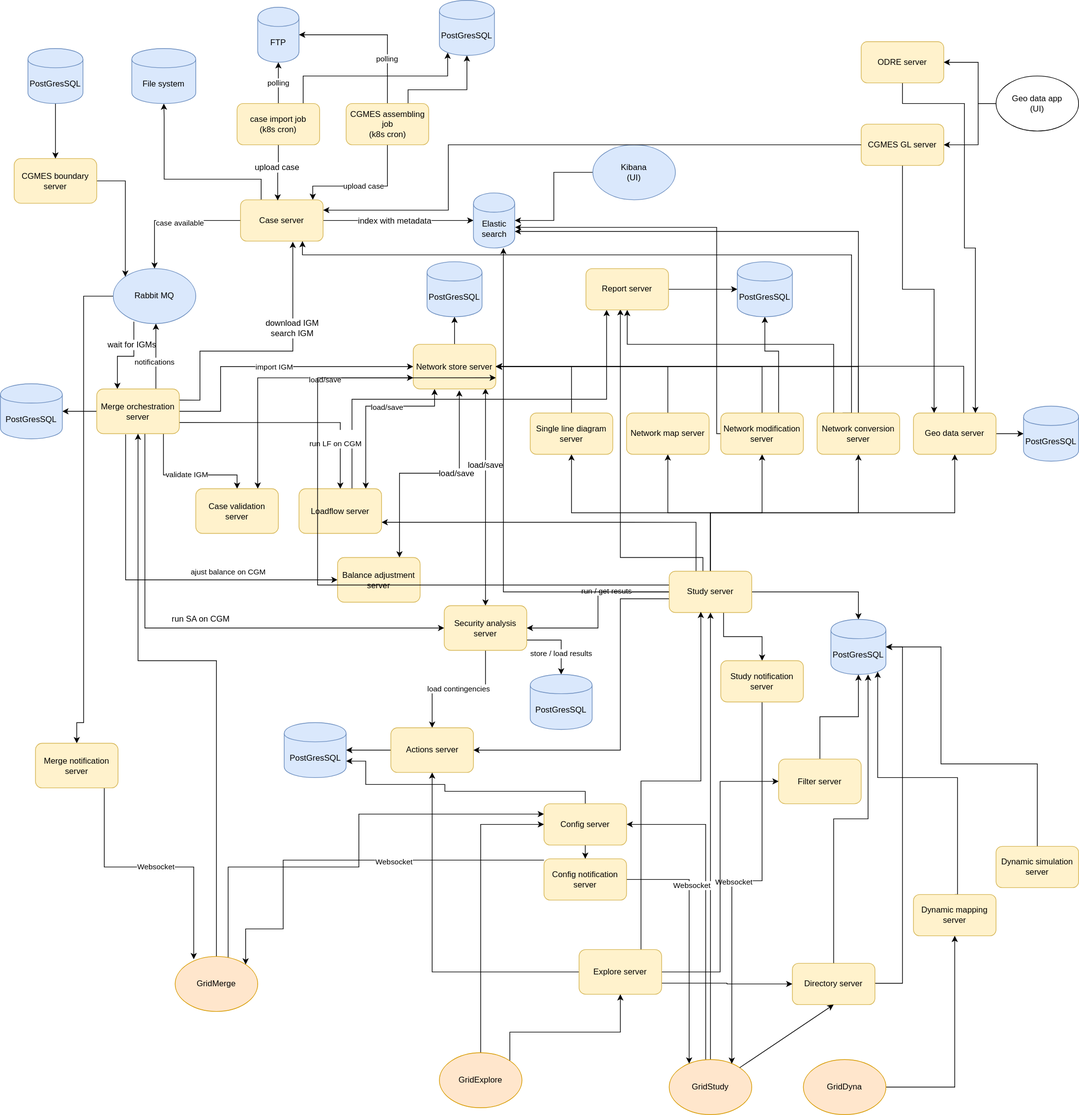
gridsuite/documentation keeps this draw.io diagram as diagrams/gridsuite_architecture.svg. Above is the earlier version. Source tidied: cells renumbered, new cells last; positions are measured from the earlier drawing's top-left corner, leaving out a move shared by most shapes.
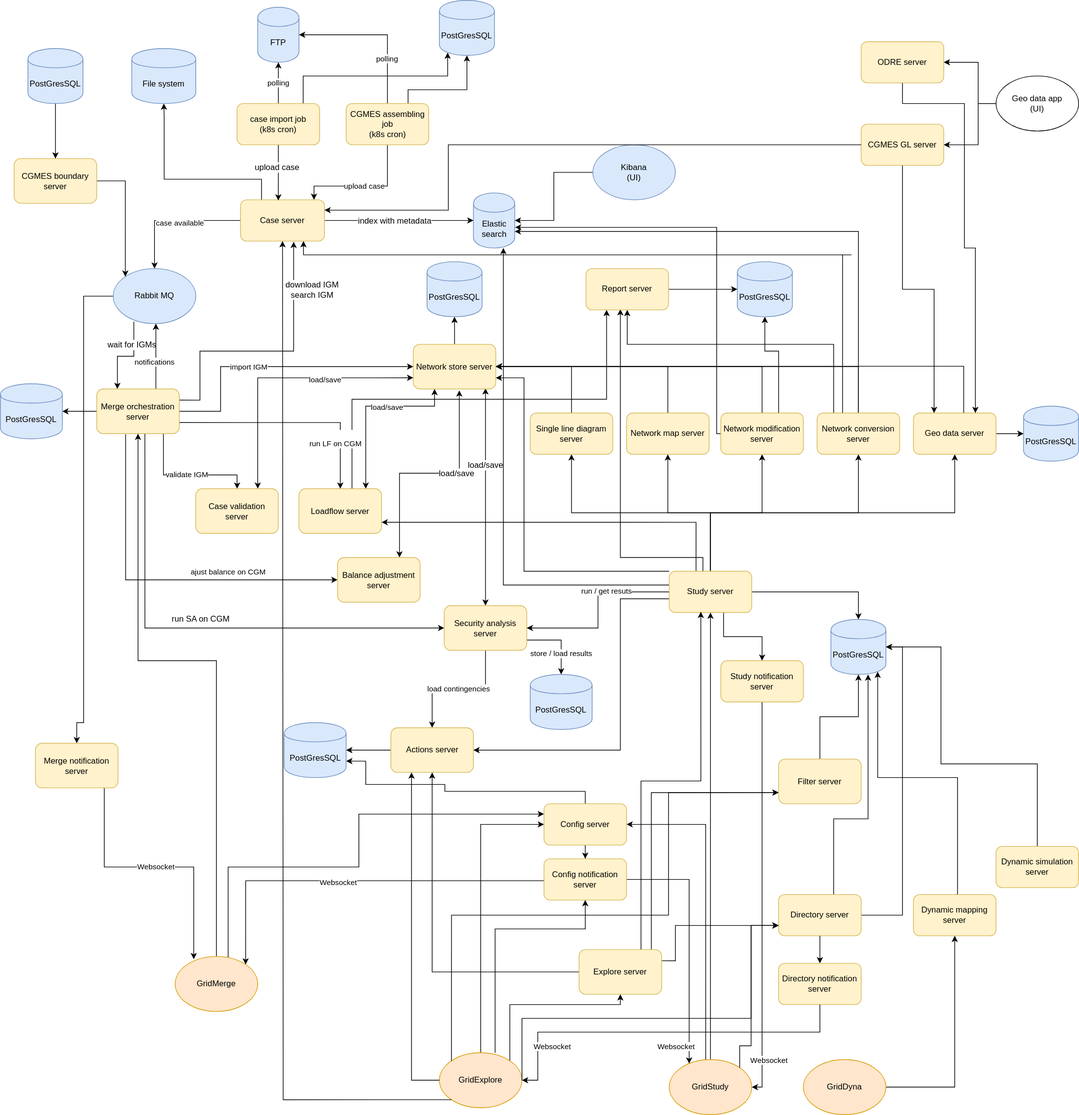
The same diagram one commit later.

Commit message:
docs(): Update diagram with all links to GridExplore and Add Directory notification server

What changed in the source:
```diff
@@ -19,9 +19,8 @@
     <mxCell id="6" value="upload case" style="edgeStyle=orthogonalEdgeStyle;rounded=0;jettySize=auto;html=1;entryX=0.5;entryY=1;entryDx=0;entryDy=0;startArrow=classic;startFill=1;strokeColor=#000000;fontColor=#000000;exitX=0.875;exitY=0;exitDx=0;exitDy=0;exitPerimeter=0;endArrow=none;endFill=0;" parent="1" edge="1" source="8" target="61">
       <mxGeometry relative="1" as="geometry">
         <Array as="points">
-          <mxPoint x="454" y="270" />
+          <mxPoint x="456" y="270" />
           <mxPoint x="563" y="270" />
-          <mxPoint x="563" y="210" />
         </Array>
       </mxGeometry>
     </mxCell>
@@ -35,7 +34,7 @@
       </mxGeometry>
     </mxCell>
     <mxCell id="8" value="Case server" style="rounded=1;whiteSpace=wrap;html=1;fillColor=#fff2cc;strokeColor=#d6b656;" parent="1" vertex="1">
-      <mxGeometry x="349" y="290" width="120" height="60" as="geometry" />
+      <mxGeometry x="349" y="290" width="122" height="60" as="geometry" />
     </mxCell>
     <mxCell id="9" style="edgeStyle=orthogonalEdgeStyle;rounded=0;jettySize=auto;html=1;fontColor=#FF33FF;entryX=0.25;entryY=0;entryDx=0;entryDy=0;exitX=0.25;exitY=0.963;exitDx=0;exitDy=0;exitPerimeter=0;" parent="1" edge="1" source="12" target="47">
       <mxGeometry relative="1" as="geometry" />
@@ -84,15 +83,17 @@
         <Array as="points">
           <mxPoint x="290" y="581" />
           <mxPoint x="290" y="510" />
-          <mxPoint x="425" y="510" />
+          <mxPoint x="426" y="510" />
         </Array>
       </mxGeometry>
     </mxCell>
     <mxCell id="20" value="&lt;div&gt;download IGM&lt;/div&gt;&lt;div&gt;search IGM&lt;br&gt;&lt;/div&gt;" style="text;html=1;align=center;verticalAlign=middle;labelBackgroundColor=#ffffff;" parent="19" vertex="1">
-      <mxGeometry x="0.37" y="1" relative="1" as="geometry" />
+      <mxGeometry x="0.37" y="1" relative="1" as="geometry">
+        <mxPoint x="27" y="-56" as="offset" />
+      </mxGeometry>
     </mxCell>
     <mxCell id="21" value="import IGM" style="edgeStyle=orthogonalEdgeStyle;rounded=0;jettySize=auto;html=1;entryX=0;entryY=0.5;entryDx=0;entryDy=0;strokeColor=#000000;fontColor=#000000;exitX=1;exitY=0.5;exitDx=0;exitDy=0;" parent="1" edge="1" source="47" target="34">
-      <mxGeometry relative="1" as="geometry">
+      <mxGeometry x="-0.18" relative="1" as="geometry">
         <Array as="points">
           <mxPoint x="320" y="598" />
           <mxPoint x="320" y="533" />
@@ -319,11 +320,11 @@
         </Array>
       </mxGeometry>
     </mxCell>
-    <mxCell id="73" style="edgeStyle=orthogonalEdgeStyle;rounded=0;jettySize=auto;html=1;entryX=1;entryY=0.75;entryDx=0;entryDy=0;" parent="1" edge="1" source="76" target="34">
+    <mxCell id="73" style="edgeStyle=orthogonalEdgeStyle;rounded=0;jettySize=auto;html=1;entryX=1;entryY=0.75;entryDx=0;entryDy=0;exitX=0;exitY=0;exitDx=0;exitDy=0;" parent="1" edge="1" source="76" target="34">
       <mxGeometry relative="1" as="geometry">
         <Array as="points">
-          <mxPoint x="461" y="850" />
-          <mxPoint x="461" y="549" />
+          <mxPoint x="761" y="830" />
+          <mxPoint x="761" y="549" />
         </Array>
       </mxGeometry>
     </mxCell>
@@ -340,7 +341,7 @@
     <mxCell id="75" style="edgeStyle=orthogonalEdgeStyle;rounded=0;jettySize=auto;html=1;" parent="1" edge="1" source="76" target="26">
       <mxGeometry relative="1" as="geometry">
         <Array as="points">
-          <mxPoint x="731" y="860" />
+          <mxPoint x="731" y="850" />
         </Array>
       </mxGeometry>
     </mxCell>
@@ -528,11 +529,17 @@
     <mxCell id="113" value="Config server" style="rounded=1;whiteSpace=wrap;html=1;fillColor=#fff2cc;strokeColor=#d6b656;" parent="1" vertex="1">
       <mxGeometry x="790" y="1168" width="120" height="60" as="geometry" />
     </mxCell>
-    <mxCell id="114" style="edgeStyle=orthogonalEdgeStyle;rounded=0;jettySize=auto;html=1;entryX=0.758;entryY=0.075;entryDx=0;entryDy=0;entryPerimeter=0;" parent="1" edge="1" source="116" target="109">
-      <mxGeometry relative="1" as="geometry" />
+    <mxCell id="114" style="edgeStyle=orthogonalEdgeStyle;rounded=0;jettySize=auto;html=1;entryX=1;entryY=0.5;entryDx=0;entryDy=0;" parent="1" edge="1" source="116" target="109">
+      <mxGeometry relative="1" as="geometry">
+        <Array as="points">
+          <mxPoint x="1107" y="1580" />
+        </Array>
+      </mxGeometry>
     </mxCell>
     <mxCell id="115" value="Websocket" style="edgeLabel;html=1;align=center;verticalAlign=middle;" parent="114" vertex="1">
-      <mxGeometry x="0.07" y="3" relative="1" as="geometry" />
+      <mxGeometry x="0.07" y="3" relative="1" as="geometry">
+        <mxPoint x="6" y="212" as="offset" />
+      </mxGeometry>
     </mxCell>
     <mxCell id="116" value="Study notification server" style="rounded=1;whiteSpace=wrap;html=1;fillColor=#fff2cc;strokeColor=#d6b656;" parent="1" vertex="1">
       <mxGeometry x="1047" y="960" width="120" height="60" as="geometry" />
@@ -540,8 +547,8 @@
     <mxCell id="117" style="edgeStyle=orthogonalEdgeStyle;rounded=0;jettySize=auto;html=1;exitX=1;exitY=0;exitDx=0;exitDy=0;" parent="1" edge="1" source="119" target="144">
       <mxGeometry relative="1" as="geometry">
         <Array as="points">
-          <mxPoint x="740" y="1500" />
-          <mxPoint x="901" y="1500" />
+          <mxPoint x="740" y="1460" />
+          <mxPoint x="901" y="1460" />
         </Array>
       </mxGeometry>
     </mxCell>
@@ -578,7 +585,7 @@
     <mxCell id="128" style="edgeStyle=orthogonalEdgeStyle;rounded=0;jettySize=auto;html=1;entryX=1;entryY=0.5;entryDx=0;entryDy=0;" parent="1" edge="1" source="130" target="120">
       <mxGeometry relative="1" as="geometry">
         <Array as="points">
-          <mxPoint x="1311" y="1429" />
+          <mxPoint x="1311" y="1330" />
           <mxPoint x="1311" y="940" />
         </Array>
       </mxGeometry>
@@ -592,7 +599,7 @@
       </mxGeometry>
     </mxCell>
     <mxCell id="130" value="Directory server" style="rounded=1;whiteSpace=wrap;html=1;fillColor=#fff2cc;strokeColor=#d6b656;" parent="1" vertex="1">
-      <mxGeometry x="1151" y="1400" width="120" height="60" as="geometry" />
+      <mxGeometry x="1131" y="1300" width="120" height="60" as="geometry" />
     </mxCell>
     <mxCell id="131" style="edgeStyle=orthogonalEdgeStyle;rounded=0;jettySize=auto;html=1;entryX=0.85;entryY=0.95;entryDx=0;entryDy=0;entryPerimeter=0;exitX=0.5;exitY=0;exitDx=0;exitDy=0;" parent="1" edge="1" source="132" target="120">
       <mxGeometry relative="1" as="geometry">
@@ -612,17 +619,18 @@
     <mxCell id="134" value="GridDyna" style="ellipse;whiteSpace=wrap;html=1;fillColor=#ffe6cc;strokeColor=#d79b00;" parent="1" vertex="1">
       <mxGeometry x="1167" y="1540" width="120" height="80" as="geometry" />
     </mxCell>
-    <mxCell id="135" style="edgeStyle=orthogonalEdgeStyle;rounded=0;jettySize=auto;html=1;entryX=1;entryY=0;entryDx=0;entryDy=0;" parent="1" edge="1" source="139" target="103">
+    <mxCell id="135" style="edgeStyle=orthogonalEdgeStyle;rounded=0;jettySize=auto;html=1;entryX=1;entryY=0;entryDx=0;entryDy=0;exitX=0;exitY=0.5;exitDx=0;exitDy=0;" parent="1" edge="1" source="139" target="103">
       <mxGeometry relative="1" as="geometry">
         <Array as="points">
-          <mxPoint x="411" y="1250" />
-          <mxPoint x="411" y="1350" />
-          <mxPoint x="356" y="1350" />
+          <mxPoint x="790" y="1280" />
+          <mxPoint x="356" y="1280" />
         </Array>
       </mxGeometry>
     </mxCell>
     <mxCell id="136" value="Websocket" style="edgeLabel;html=1;align=center;verticalAlign=middle;" parent="135" vertex="1">
-      <mxGeometry x="-0.25" y="2" relative="1" as="geometry" />
+      <mxGeometry x="-0.25" y="2" relative="1" as="geometry">
+        <mxPoint x="-93" as="offset" />
+      </mxGeometry>
     </mxCell>
     <mxCell id="137" style="edgeStyle=orthogonalEdgeStyle;rounded=0;jettySize=auto;html=1;" parent="1" edge="1" source="139" target="109">
       <mxGeometry relative="1" as="geometry">
@@ -632,13 +640,20 @@
       </mxGeometry>
     </mxCell>
     <mxCell id="138" value="Websocket" style="edgeLabel;html=1;align=center;verticalAlign=middle;" parent="137" vertex="1">
-      <mxGeometry x="-0.45" y="3" relative="1" as="geometry" />
+      <mxGeometry x="-0.45" y="3" relative="1" as="geometry">
+        <mxPoint x="-23" y="234" as="offset" />
+      </mxGeometry>
     </mxCell>
     <mxCell id="139" value="Config notification server" style="rounded=1;whiteSpace=wrap;html=1;fillColor=#fff2cc;strokeColor=#d6b656;" parent="1" vertex="1">
       <mxGeometry x="790" y="1248" width="120" height="60" as="geometry" />
     </mxCell>
-    <mxCell id="140" style="edgeStyle=orthogonalEdgeStyle;rounded=0;jettySize=auto;html=1;entryX=0;entryY=0.5;entryDx=0;entryDy=0;exitX=1;exitY=0.75;exitDx=0;exitDy=0;" parent="1" edge="1" source="144" target="130">
-      <mxGeometry relative="1" as="geometry" />
+    <mxCell id="140" style="edgeStyle=orthogonalEdgeStyle;rounded=0;jettySize=auto;html=1;entryX=0;entryY=0.75;entryDx=0;entryDy=0;exitX=1;exitY=0.25;exitDx=0;exitDy=0;" parent="1" edge="1" source="144" target="130">
+      <mxGeometry relative="1" as="geometry">
+        <Array as="points">
+          <mxPoint x="981" y="1396" />
+          <mxPoint x="981" y="1345" />
+        </Array>
+      </mxGeometry>
     </mxCell>
     <mxCell id="141" style="edgeStyle=orthogonalEdgeStyle;rounded=0;jettySize=auto;html=1;entryX=0.383;entryY=0.983;entryDx=0;entryDy=0;entryPerimeter=0;exitX=0.75;exitY=0;exitDx=0;exitDy=0;" parent="1" edge="1" source="144" target="76">
       <mxGeometry relative="1" as="geometry" />
@@ -646,8 +661,12 @@
     <mxCell id="142" style="edgeStyle=orthogonalEdgeStyle;rounded=0;jettySize=auto;html=1;entryX=0.5;entryY=1;entryDx=0;entryDy=0;" parent="1" edge="1" source="144" target="50">
       <mxGeometry relative="1" as="geometry" />
     </mxCell>
-    <mxCell id="143" style="edgeStyle=orthogonalEdgeStyle;rounded=0;jettySize=auto;html=1;entryX=0;entryY=0.5;entryDx=0;entryDy=0;" parent="1" edge="1" source="144" target="122">
-      <mxGeometry relative="1" as="geometry" />
+    <mxCell id="143" style="edgeStyle=orthogonalEdgeStyle;rounded=0;jettySize=auto;html=1;exitX=0.875;exitY=0;exitDx=0;exitDy=0;exitPerimeter=0;entryX=0;entryY=0.75;entryDx=0;entryDy=0;" parent="1" edge="1" source="144" target="122">
+      <mxGeometry relative="1" as="geometry">
+        <Array as="points">
+          <mxPoint x="946" y="1152" />
+        </Array>
+      </mxGeometry>
     </mxCell>
     <mxCell id="144" value="&lt;div&gt;Explore server&lt;/div&gt;" style="rounded=1;whiteSpace=wrap;html=1;fillColor=#fff2cc;strokeColor=#d6b656;" parent="1" vertex="1">
       <mxGeometry x="841" y="1380" width="120" height="65" as="geometry" />
@@ -670,8 +689,14 @@
     <mxCell id="148" value="Report server" style="rounded=1;whiteSpace=wrap;html=1;fillColor=#fff2cc;strokeColor=#d6b656;" parent="1" vertex="1">
       <mxGeometry x="851" y="390" width="120" height="60" as="geometry" />
     </mxCell>
-    <mxCell id="149" style="endArrow=classic;html=1;rounded=0;exitX=1;exitY=0;exitDx=0;exitDy=0;entryX=0.5;entryY=1;entryDx=0;entryDy=0;" parent="1" edge="1" source="109" target="130">
-      <mxGeometry relative="1" as="geometry" />
+    <mxCell id="149" style="endArrow=classic;html=1;rounded=0;exitX=1;exitY=0;exitDx=0;exitDy=0;edgeStyle=orthogonalEdgeStyle;elbow=vertical;entryX=0;entryY=0.75;entryDx=0;entryDy=0;" parent="1" edge="1" source="109" target="130">
+      <mxGeometry relative="1" as="geometry">
+        <Array as="points">
+          <mxPoint x="1074" y="1520" />
+          <mxPoint x="1091" y="1520" />
+          <mxPoint x="1091" y="1345" />
+        </Array>
+      </mxGeometry>
     </mxCell>
     <mxCell id="150" value="PostGresSQL" style="shape=cylinder;whiteSpace=wrap;html=1;boundedLbl=1;backgroundOutline=1;fillColor=#dae8fc;strokeColor=#6c8ebf;" parent="1" vertex="1">
       <mxGeometry x="638" width="80" height="80" as="geometry" />
@@ -686,5 +711,66 @@
         </Array>
       </mxGeometry>
     </mxCell>
+    <mxCell id="153" style="endArrow=classic;html=1;rounded=0;entryX=0.5;entryY=1;entryDx=0;entryDy=0;edgeStyle=orthogonalEdgeStyle;" parent="1" edge="1" target="139">
+      <mxGeometry relative="1" as="geometry">
+        <mxPoint x="719" y="1530" as="sourcePoint" />
+        <Array as="points">
+          <mxPoint x="719" y="1350" />
+          <mxPoint x="850" y="1350" />
+        </Array>
+      </mxGeometry>
+    </mxCell>
+    <mxCell id="154" style="endArrow=classic;html=1;rounded=0;exitX=1;exitY=0.5;exitDx=0;exitDy=0;entryX=0;entryY=0.75;entryDx=0;entryDy=0;edgeStyle=orthogonalEdgeStyle;elbow=vertical;" parent="1" edge="1" source="119" target="130">
+      <mxGeometry relative="1" as="geometry">
+        <Array as="points">
+          <mxPoint x="758" y="1480" />
+          <mxPoint x="1091" y="1480" />
+          <mxPoint x="1091" y="1345" />
+        </Array>
+      </mxGeometry>
+    </mxCell>
+    <mxCell id="155" value="Directory notification server" style="rounded=1;whiteSpace=wrap;html=1;fillColor=#fff2cc;strokeColor=#d6b656;" parent="1" vertex="1">
+      <mxGeometry x="1131" y="1400" width="120" height="60" as="geometry" />
+    </mxCell>
+    <mxCell id="156" style="edgeStyle=orthogonalEdgeStyle;rounded=0;jettySize=auto;html=1;entryX=1;entryY=0.5;entryDx=0;entryDy=0;exitX=0.5;exitY=1;exitDx=0;exitDy=0;" parent="1" edge="1" source="155" target="119">
+      <mxGeometry relative="1" as="geometry">
+        <Array as="points">
+          <mxPoint x="1191" y="1500" />
+          <mxPoint x="781" y="1500" />
+          <mxPoint x="781" y="1570" />
+        </Array>
+      </mxGeometry>
+    </mxCell>
+    <mxCell id="157" value="Websocket" style="edgeLabel;html=1;align=center;verticalAlign=middle;" parent="156" vertex="1">
+      <mxGeometry x="0.07" y="3" relative="1" as="geometry">
+        <mxPoint x="-139" y="17" as="offset" />
+      </mxGeometry>
+    </mxCell>
+    <mxCell id="158" style="endArrow=classic;html=1;rounded=0;elbow=vertical;entryX=0.5;entryY=0;entryDx=0;entryDy=0;exitX=0.5;exitY=1;exitDx=0;exitDy=0;" parent="1" edge="1" source="130" target="155">
+      <mxGeometry relative="1" as="geometry" />
+    </mxCell>
+    <mxCell id="159" style="edgeStyle=orthogonalEdgeStyle;rounded=0;jettySize=auto;html=1;exitX=0;exitY=0.5;exitDx=0;exitDy=0;entryX=0.25;entryY=1;entryDx=0;entryDy=0;" parent="1" edge="1" source="119" target="50">
+      <mxGeometry relative="1" as="geometry">
+        <Array as="points">
+          <mxPoint x="598" y="1570" />
+        </Array>
+      </mxGeometry>
+    </mxCell>
+    <mxCell id="160" style="edgeStyle=orthogonalEdgeStyle;rounded=0;jettySize=auto;html=1;entryX=0;entryY=0.75;entryDx=0;entryDy=0;exitX=0;exitY=0;exitDx=0;exitDy=0;" parent="1" edge="1" source="119" target="122">
+      <mxGeometry relative="1" as="geometry">
+        <Array as="points">
+          <mxPoint x="656" y="1330" />
+          <mxPoint x="971" y="1330" />
+          <mxPoint x="971" y="1152" />
+        </Array>
+      </mxGeometry>
+    </mxCell>
+    <mxCell id="161" style="edgeStyle=orthogonalEdgeStyle;rounded=0;jettySize=auto;html=1;exitX=0;exitY=1;exitDx=0;exitDy=0;entryX=0.5;entryY=1;entryDx=0;entryDy=0;" parent="1" edge="1" source="119" target="8">
+      <mxGeometry relative="1" as="geometry">
+        <Array as="points">
+          <mxPoint x="411" y="1598" />
+        </Array>
+      </mxGeometry>
+    </mxCell>
   </root>
 </mxGraphModel>
```
